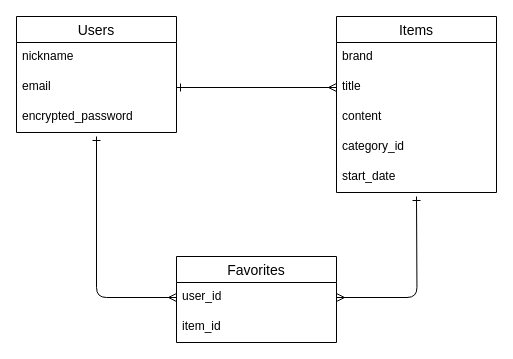
Earlier version of the draw.io diagram ER.dio (miki0221/Cosmit). Source tidied: cells renumbered, new cells numbered last; positions are measured from the earlier drawing's top-left corner, leaving out a move shared by most shapes. Both pictures are drawn from the tidied source at 100%, with x=0, y=0 at pixel (16, 16).
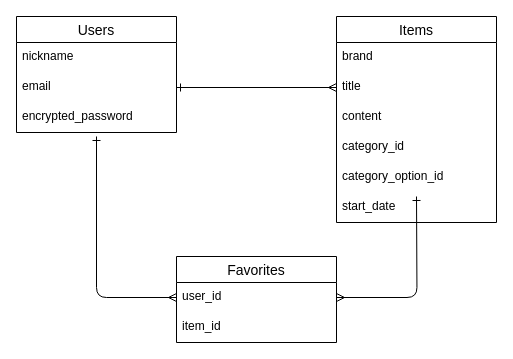
The same page after the edit.

What changed in the source:
```diff
@@
     <mxCell id="6" value="Items" style="swimlane;fontStyle=0;horizontal=1;startSize=26;align=center;fontSize=14;" parent="1" vertex="1">
-      <mxGeometry x="320" width="160" height="176" as="geometry" />
+      <mxGeometry x="320" width="160" height="206" as="geometry" />
     </mxCell>
@@
+    <mxCell id="18" value="category_id" style="text;strokeColor=none;fillColor=none;spacingLeft=4;spacingRight=4;overflow=hidden;fontSize=12;" parent="6" vertex="1">
+      <mxGeometry y="116" width="160" height="30" as="geometry" />
+    </mxCell>
-    <mxCell id="10" value="category_id" style="text;strokeColor=none;fillColor=none;spacingLeft=4;spacingRight=4;overflow=hidden;fontSize=12;" parent="6" vertex="1">
-      <mxGeometry y="116" width="160" height="30" as="geometry" />
+    <mxCell id="10" value="category_option_id" style="text;strokeColor=none;fillColor=none;spacingLeft=4;spacingRight=4;overflow=hidden;fontSize=12;" parent="6" vertex="1">
+      <mxGeometry y="146" width="160" height="30" as="geometry" />
     </mxCell>
     <mxCell id="11" value="start_date" style="text;strokeColor=none;fillColor=none;spacingLeft=4;spacingRight=4;overflow=hidden;fontSize=12;" parent="6" vertex="1">
-      <mxGeometry y="146" width="160" height="30" as="geometry" />
+      <mxGeometry y="176" width="160" height="30" as="geometry" />
     </mxCell>
```
